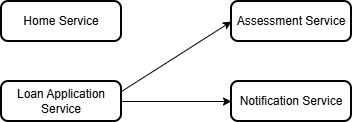
Before: 02-architecture/02-logical-components.png, a diagram exported from draw.io (huynm20051990/loan-origination-system). Source tidied: cells renumbered, new cells last; positions are measured from the earlier drawing's top-left corner, leaving out a move shared by most shapes.
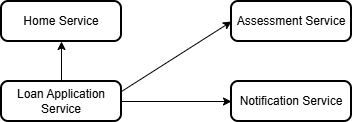
The same diagram one commit later.

The edit, as a diff of the source:
```diff
@@ -22,5 +22,8 @@
     <mxCell id="7" style="endArrow=classic;html=1;rounded=0;exitX=1;exitY=0.5;exitDx=0;exitDy=0;" parent="1" edge="1" source="3" target="5">
       <mxGeometry relative="1" as="geometry" />
     </mxCell>
+    <mxCell id="8" style="endArrow=classic;html=1;rounded=0;entryX=0.5;entryY=1;entryDx=0;entryDy=0;exitX=0.5;exitY=0;exitDx=0;exitDy=0;" parent="1" edge="1" source="3" target="2">
+      <mxGeometry relative="1" as="geometry" />
+    </mxCell>
   </root>
 </mxGraphModel>
```
